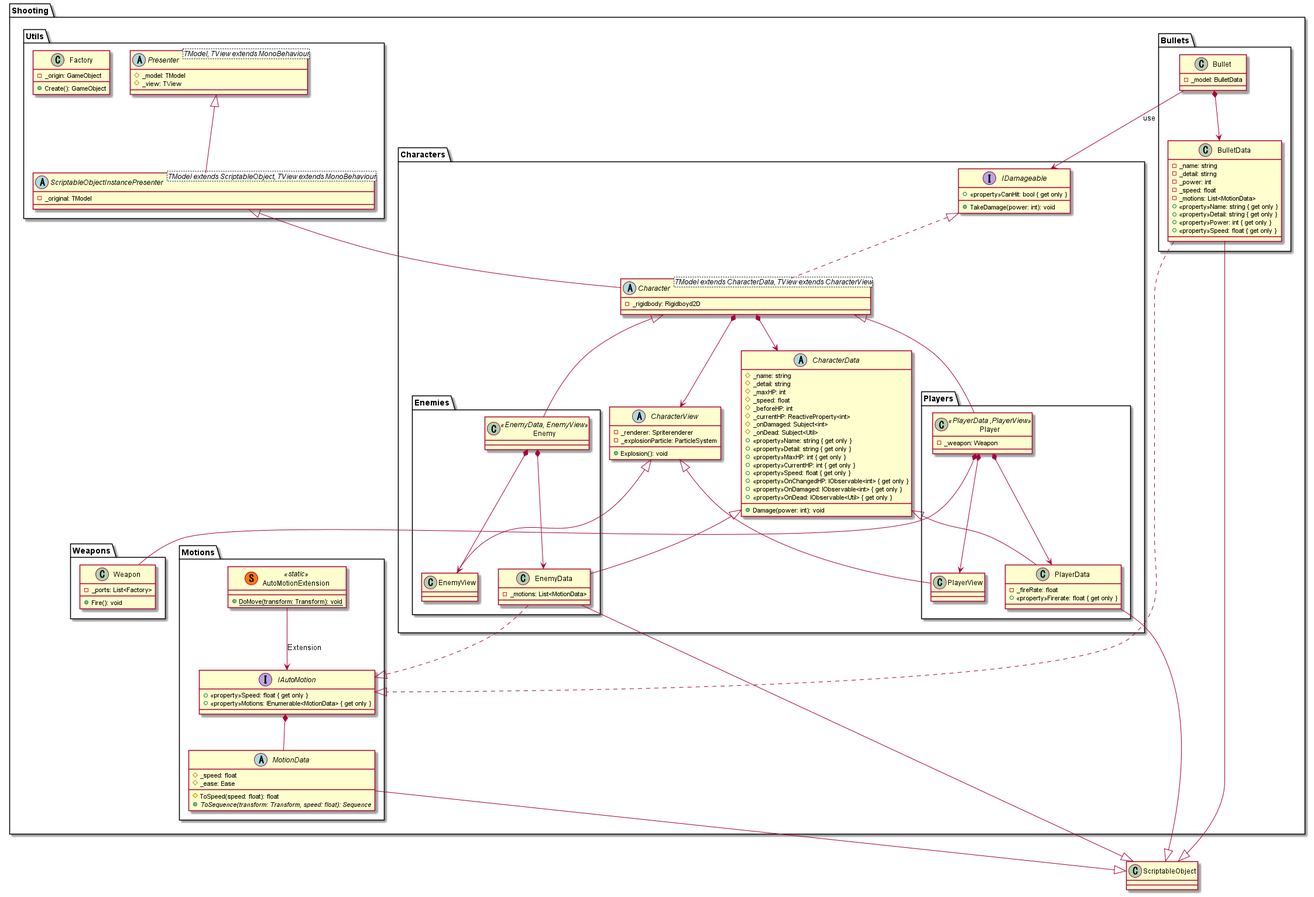
This is Assets/UML/ClassDiaglam/Shooting.png from nmskm240/MagicalShooter, a PlantUML export, as it was before one commit. Its diagram source:
```plantuml
@startuml Shooting

package Shooting
{
    package Bullets
    {
        class Bullet
        {
            -_model: BulletData
        }
        class BulletData
        {
            -_name: string
            -_detail: stirng
            -_power: int
            -_speed: float
            -_motions: List<MotionData>
            +<<property>>Name: string { get only }
            +<<property>>Detail: string { get only }
            +<<property>>Power: int { get only }
            +<<property>>Speed: float { get only }
        }
    }
    package Characters
    {
        package Enemies
        {
            class Enemy<<EnemyData, EnemyView>>
            class EnemyData
            {
                -_motions: List<MotionData>
            }
            class EnemyView
        }
        package Players
        {
            class Player<<PlayerData ,PlayerView>>
            {
                -_weapon: Weapon
            }
            class PlayerData
            {
                -_fireRate: float
                +<<property>>Firerate: float { get only }
            }
            class PlayerView
        }
        abstract Character<TModel extends CharacterData, TView extends CharacterView>
        {
            -_rigidbody: Rigidboyd2D
        }
        abstract CharacterData
        {
            #_name: string
            #_detail: string
            #_maxHP: int
            #_speed: float
            #_beforeHP: int
            #_currentHP: ReactiveProperty<int>
            #_onDamaged: Subject<int>
            #_onDead: Subject<Util>
            +<<property>>Name: string { get only }
            +<<property>>Detail: string { get only }
            +<<property>>MaxHP: int { get only }
            +<<property>>CurrentHP: int { get only }
            +<<property>>Speed: float { get only }
            +<<property>>OnChangedHP: IObservable<int> { get only }
            +<<property>>OnDamaged: IObservable<int> { get only }
            +<<property>>OnDead: IObservable<Util> { get only }
            +Damage(power: int): void
        }
        abstract CharacterView
        {
            -_renderer: Spriterenderer
            -_explosionParticle: ParticleSystem
            +Explosion(): void
        }
        interface IDamageable
        {
            +<<property>>CanHit: bool { get only }
            +TakeDamage(power: int): void
        }
    }
    package Motions
    {
        class AutoMotionExtension<<(S,#FF7700) static>>
        {
            +{static}DoMove(transform: Transform): void
        }
        abstract MotionData
        {
            #_speed: float
            #_ease: Ease
            #ToSpeed(speed: float): float
            +{abstract}ToSequence(transform: Transform, speed: float): Sequence
        }
        interface IAutoMotion
        {
            +<<property>>Speed: float { get only }
            +<<property>>Motions: IEnumerable<MotionData> { get only }
        }
    }
    package Utils
    {
        class Factory
        {
            -_origin: GameObject
            +Create(): GameObject
        }
        abstract Presenter<TModel, TView extends MonoBehaviour>
        {
            #_model: TModel
            #_view: TView
        }
        abstract ScriptableObjectInstancePresenter<TModel extends ScriptableObject, TView extends MonoBehaviour>
        {
            -_original: TModel
        }
    }
    package Weapons
    {
        class Weapon
        {
            -_ports: List<Factory>
            +Fire(): void
        }
    }
}

BulletData --|> ScriptableObject
EnemyData --|> ScriptableObject
PlayerData --|> ScriptableObject
MotionData --|> ScriptableObject
ScriptableObjectInstancePresenter -up-|> Presenter
Character -up-|> ScriptableObjectInstancePresenter
Enemy -up-|> Character
EnemyData -up-|> CharacterData
EnemyView -up-|> CharacterView
Player -up-|> Character
PlayerData -up-|> CharacterData
PlayerView -up-|> CharacterView

Character .up.|> IDamageable
BulletData ..|> IAutoMotion
EnemyData ..|> IAutoMotion

Player *-- Weapon
IAutoMotion *-- MotionData

Bullet *--> BulletData
Character *--> CharacterData
Character *--> CharacterView
Enemy *--> EnemyData
Enemy *--> EnemyView
Player *--> PlayerData
Player *--> PlayerView

Bullet --> IDamageable : use
AutoMotionExtension --> IAutoMotion : Extension

@enduml
```
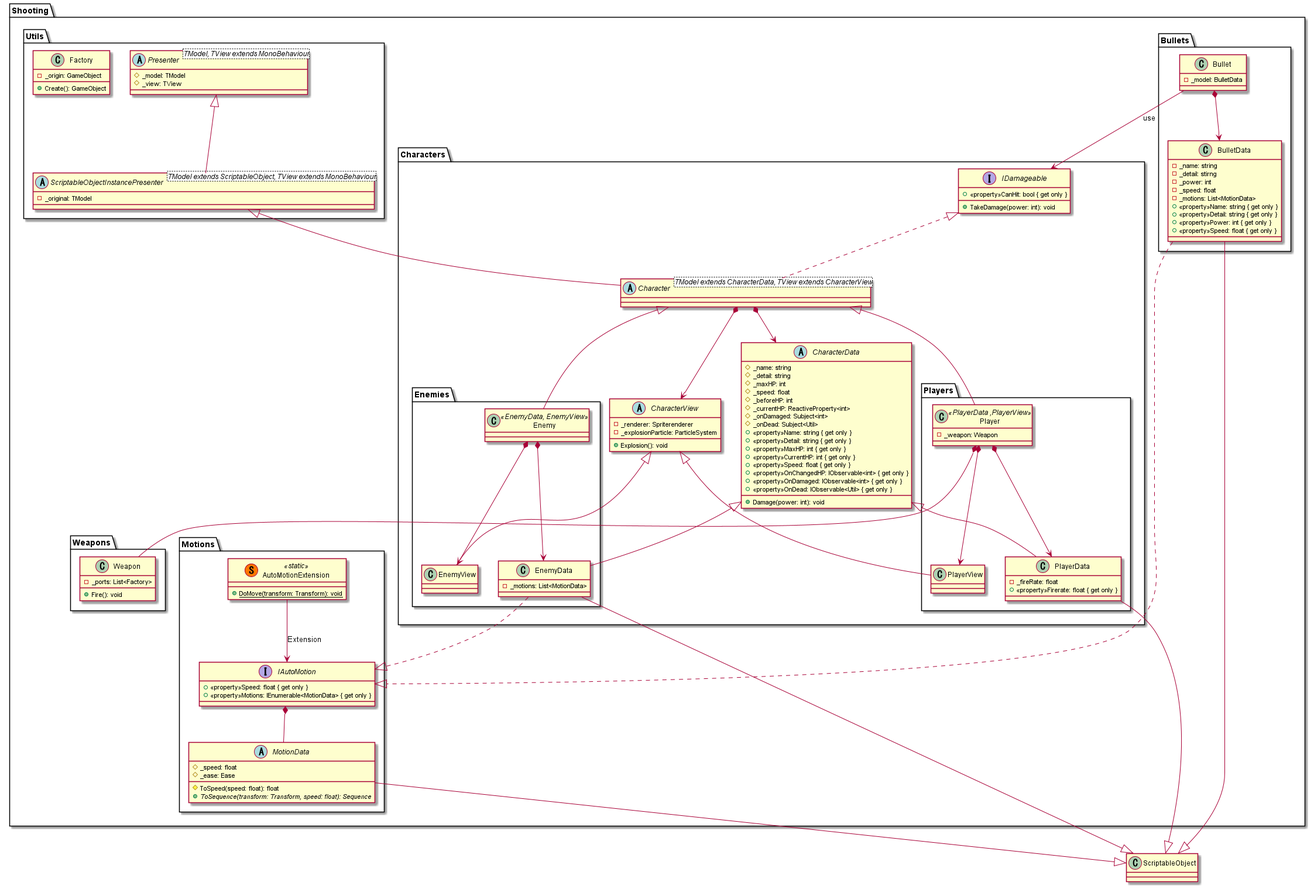
The same diagram one commit later.

Diff of the diagram source:
```diff
@@ -46,9 +46,6 @@
             class PlayerView
         }
         abstract Character<TModel extends CharacterData, TView extends CharacterView>
-        {
-            -_rigidbody: Rigidboyd2D
-        }
         abstract CharacterData
         {
             #_name: string
```
